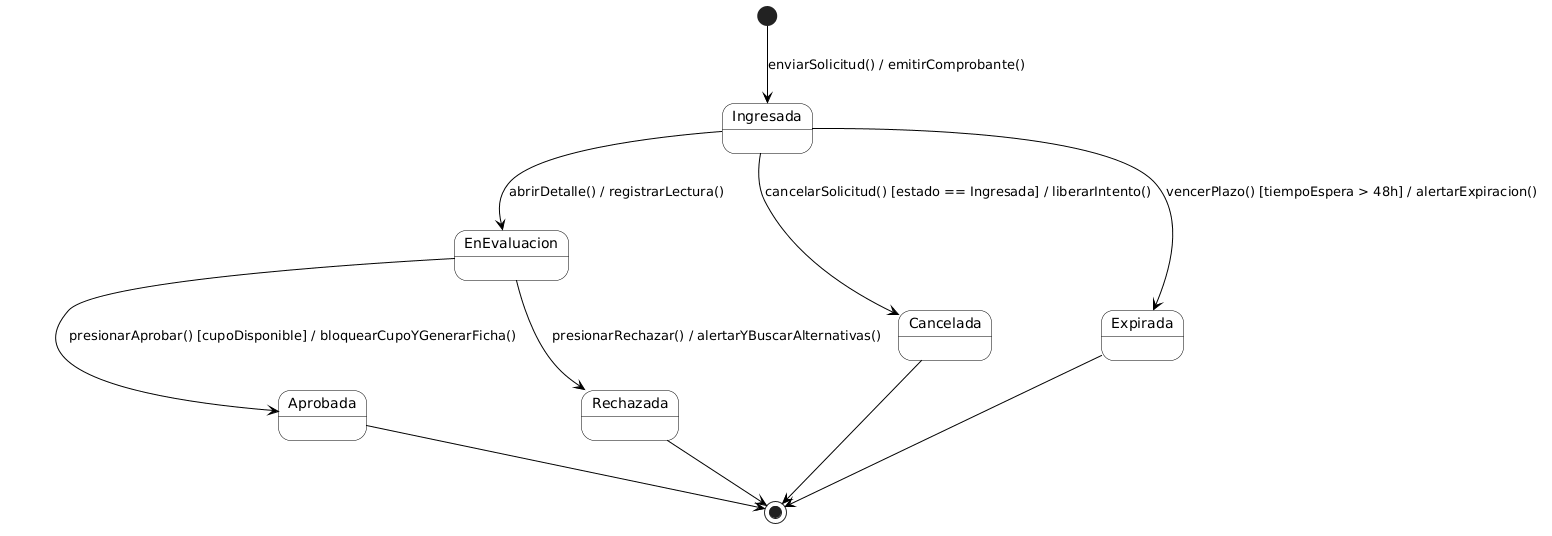
The PlantUML diagram diagramas/est-01.png in busca-tunido-requisitos/entrega-1, before a commit.
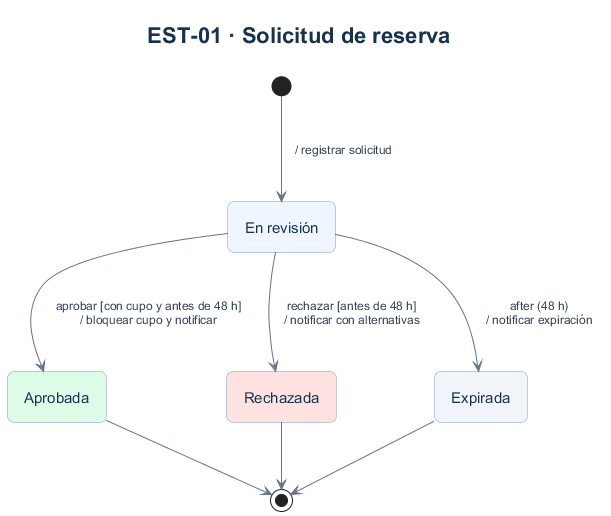
After the commit.

Change to the diagram source:
```diff
@@ -1,23 +1,42 @@
 @startuml
-skinparam state {
-  BackgroundColor White
-  BorderColor Black
-  ArrowColor Black
-}
+title EST-01 · Solicitud de reserva
+skinparam defaultFontName Arial
+skinparam defaultFontSize 15
+skinparam titleFontSize 22
+skinparam titleFontColor #16324F
+skinparam backgroundColor #FFFFFF
 skinparam shadowing false
-skinparam defaultFontName Arial
-
-[*] --> Ingresada : enviarSolicitud() / emitirComprobante()
-
-Ingresada --> EnEvaluacion : abrirDetalle() / registrarLectura()
-Ingresada --> Cancelada : cancelarSolicitud() [estado == Ingresada] / liberarIntento()
-Ingresada --> Expirada : vencerPlazo() [tiempoEspera > 48h] / alertarExpiracion()
-
-EnEvaluacion --> Aprobada : presionarAprobar() [cupoDisponible] / bloquearCupoYGenerarFicha()
-EnEvaluacion --> Rechazada : presionarRechazar() / alertarYBuscarAlternativas()
-
+skinparam ArrowColor #64748B
+skinparam ArrowFontColor #334155
+skinparam ArrowFontSize 12
+skinparam roundcorner 14
+skinparam nodesep 65
+skinparam ranksep 65
+skinparam padding 12
+skinparam classBackgroundColor #F1F5F9
+skinparam classBorderColor #94A3B8
+skinparam classHeaderBackgroundColor #DBEAFE
+skinparam classFontColor #16324F
+skinparam stateBackgroundColor #EFF6FF
+skinparam stateBorderColor #7C9CBF
+skinparam stateFontColor #16324F
+skinparam usecaseBackgroundColor #EFF6FF
+skinparam usecaseBorderColor #7C9CBF
+skinparam usecaseFontColor #16324F
+skinparam actorBorderColor #475569
+skinparam actorFontColor #16324F
+skinparam rectangleBorderColor #CBD5E1
+skinparam rectangleFontColor #16324F
+hide empty description
+state "En revisión" as Revision
+state Aprobada #DCFCE7
+state Rechazada #FEE2E2
+state Expirada #F1F5F9
+[*] --> Revision : / registrar solicitud
+Revision --> Aprobada : aprobar [con cupo y antes de 48 h]\n/ bloquear cupo y notificar
+Revision --> Rechazada : rechazar [antes de 48 h]\n/ notificar con alternativas
+Revision --> Expirada : after (48 h)\n/ notificar expiración
 Aprobada --> [*]
 Rechazada --> [*]
-Cancelada --> [*]
 Expirada --> [*]
 @enduml
```
